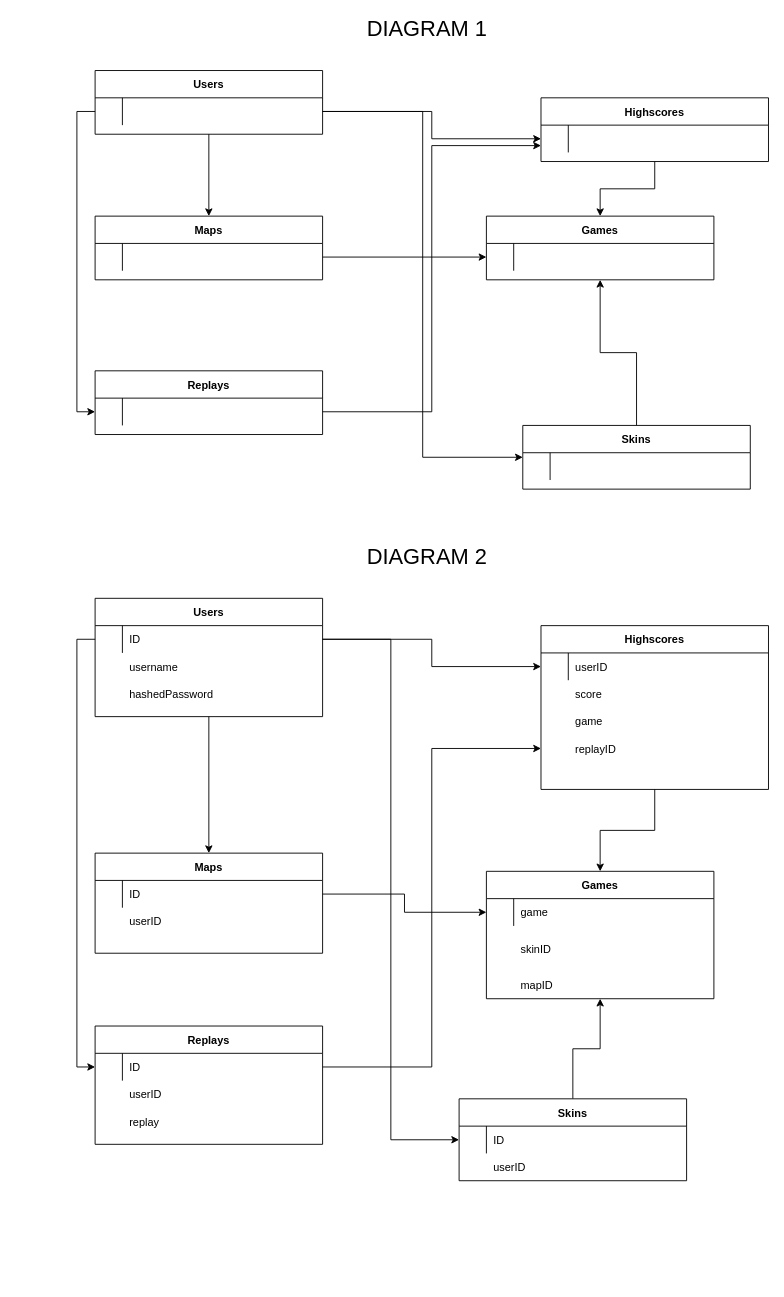
Phamishan/TxP keeps this draw.io diagram as Unavngivet diagram.drawio. Above is the earlier version. Source tidied: cells renumbered, new cells numbered last; positions are measured from the earlier drawing's top-left corner, leaving out a move shared by most shapes. Both pictures are drawn from the tidied source at 91%, with x=0, y=0 at pixel (95, 15).
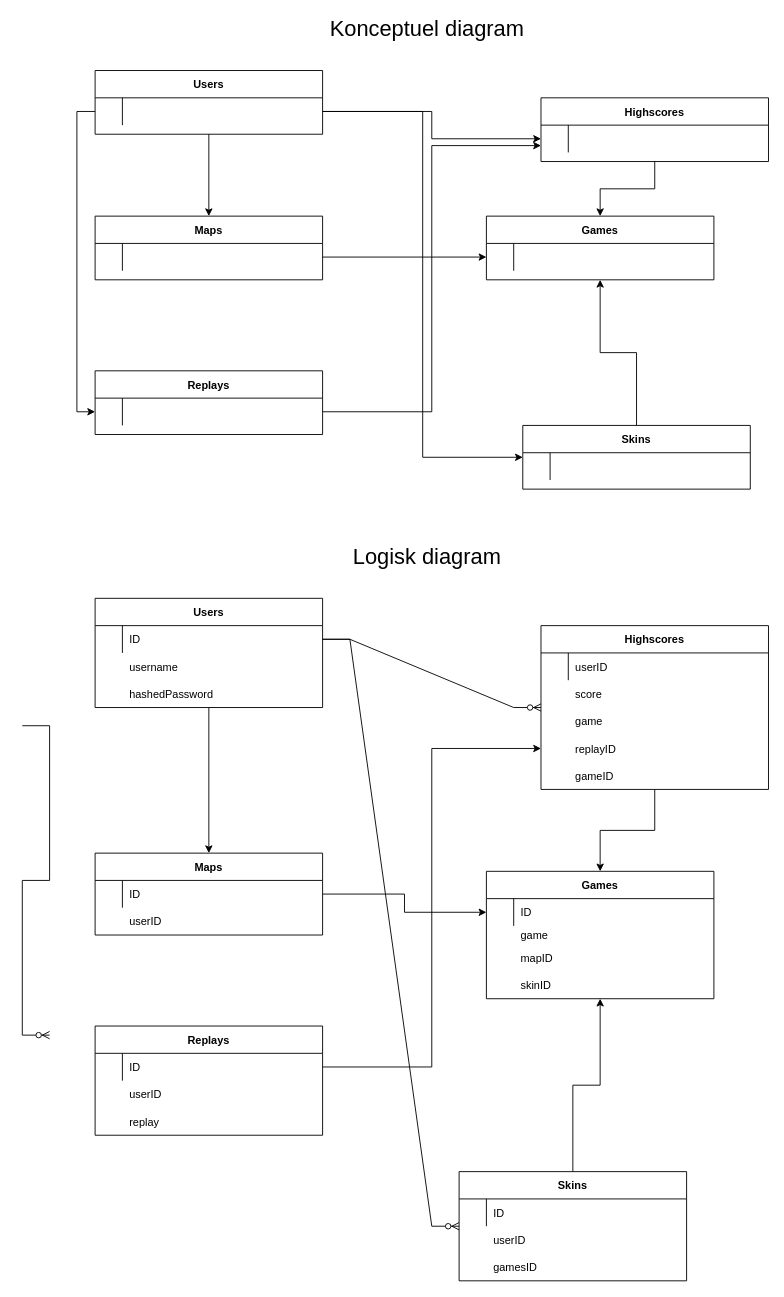
Above is the later version.

Unchanged cells that the change refers to:
```xml
<mxCell id="37" style="shape=partialRectangle;fillColor=none;points=[[0,0.5],[1,0.5]];portConstraint=eastwest;top=0;left=0;right=0;bottom=0;" parent="36" vertex="1">
  <mxGeometry y="30" width="250" height="30" as="geometry" />
</mxCell>
<mxCell id="41" value="Highscores" style="shape=table;startSize=30;childLayout=tableLayout;rowLines=0;fontStyle=1;align=center;" parent="1" vertex="1">
  <mxGeometry x="490" y="670" width="250" height="180" as="geometry" />
</mxCell>
<mxCell id="42" style="shape=partialRectangle;fillColor=none;points=[[0,0.5],[1,0.5]];portConstraint=eastwest;top=0;left=0;right=0;bottom=0;" parent="41" vertex="1">
  <mxGeometry y="30" width="250" height="30" as="geometry" />
</mxCell>
<mxCell id="50" style="shape=partialRectangle;fillColor=none;points=[[0,0.5],[1,0.5]];portConstraint=eastwest;top=0;left=0;right=0;bottom=0;" parent="49" vertex="1">
  <mxGeometry y="30" width="250" height="30" as="geometry" />
</mxCell>
<mxCell id="59" style="shape=partialRectangle;fillColor=none;points=[[0,0.5],[1,0.5]];portConstraint=eastwest;top=0;left=0;right=0;bottom=0;" parent="58" vertex="1">
  <mxGeometry y="30" width="250" height="30" as="geometry" />
</mxCell>
```

What changed in the source:
```diff
@@
-    <mxCell id="34" value="&lt;font style=&quot;font-size: 24px;&quot;&gt;DIAGRAM 1&lt;/font&gt;" style="text;strokeColor=none;align=center;fillColor=none;html=1;verticalAlign=middle;whiteSpace=wrap;rounded=0;" parent="1" vertex="1">
-      <mxGeometry x="280" width="170" height="30" as="geometry" />
+    <mxCell id="34" value="&lt;font style=&quot;font-size: 24px;&quot;&gt;Konceptuel diagram&lt;/font&gt;" style="text;strokeColor=none;align=center;fillColor=none;html=1;verticalAlign=middle;whiteSpace=wrap;rounded=0;" parent="1" vertex="1">
+      <mxGeometry x="245" width="240" height="30" as="geometry" />
     </mxCell>
@@
     <mxCell id="36" value="Users" style="shape=table;startSize=30;childLayout=tableLayout;rowLines=0;fontStyle=1;align=center;" parent="1" vertex="1">
-      <mxGeometry y="640" width="250" height="130" as="geometry" />
+      <mxGeometry y="640" width="250" height="120" as="geometry" />
     </mxCell>
@@
     <mxCell id="45" value="Maps" style="shape=table;startSize=30;childLayout=tableLayout;rowLines=0;fontStyle=1;align=center;" parent="1" vertex="1">
-      <mxGeometry y="920" width="250" height="110" as="geometry" />
+      <mxGeometry y="920" width="250" height="90" as="geometry" />
     </mxCell>
@@
-    <mxCell id="52" value="game" style="shape=partialRectangle;overflow=hidden;fillColor=none;top=0;left=0;bottom=0;right=0;align=left;spacingLeft=6;" parent="50" vertex="1">
+    <mxCell id="52" value="ID" style="shape=partialRectangle;overflow=hidden;fillColor=none;top=0;left=0;bottom=0;right=0;align=left;spacingLeft=6;" parent="50" vertex="1">
       <mxGeometry x="30" width="220" height="30" as="geometry" />
     </mxCell>
@@
     <mxCell id="54" value="Skins" style="shape=table;startSize=30;childLayout=tableLayout;rowLines=0;fontStyle=1;align=center;" parent="1" vertex="1">
-      <mxGeometry x="400" y="1190" width="250" height="90" as="geometry" />
+      <mxGeometry x="400" y="1270" width="250" height="120" as="geometry" />
     </mxCell>
@@
     <mxCell id="58" value="Replays" style="shape=table;startSize=30;childLayout=tableLayout;rowLines=0;fontStyle=1;align=center;" parent="1" vertex="1">
-      <mxGeometry y="1110" width="250" height="130" as="geometry" />
+      <mxGeometry y="1110" width="250" height="120" as="geometry" />
     </mxCell>
@@
-    <mxCell id="62" style="edgeStyle=orthogonalEdgeStyle;rounded=0;jettySize=auto;html=1;entryX=0;entryY=0.5;entryDx=0;entryDy=0;" parent="1" edge="1" source="37" target="42">
-      <mxGeometry relative="1" as="geometry" />
-    </mxCell>
-    <mxCell id="63" style="edgeStyle=orthogonalEdgeStyle;rounded=0;jettySize=auto;html=1;entryX=0;entryY=0.5;entryDx=0;entryDy=0;" parent="1" edge="1" source="37" target="54">
-      <mxGeometry relative="1" as="geometry" />
-    </mxCell>
-    <mxCell id="64" style="edgeStyle=orthogonalEdgeStyle;rounded=0;jettySize=auto;html=1;entryX=0;entryY=0.5;entryDx=0;entryDy=0;" parent="1" edge="1" source="37" target="59">
-      <mxGeometry relative="1" as="geometry" />
-    </mxCell>
@@
-    <mxCell id="67" value="&lt;font style=&quot;font-size: 24px;&quot;&gt;DIAGRAM 2&lt;/font&gt;" style="text;strokeColor=none;align=center;fillColor=none;html=1;verticalAlign=middle;whiteSpace=wrap;rounded=0;" parent="1" vertex="1">
+    <mxCell id="67" value="&lt;font style=&quot;font-size: 24px;&quot;&gt;Logisk diagram&lt;/font&gt;" style="text;strokeColor=none;align=center;fillColor=none;html=1;verticalAlign=middle;whiteSpace=wrap;rounded=0;" parent="1" vertex="1">
       <mxGeometry x="280" y="580" width="170" height="30" as="geometry" />
     </mxCell>
@@
-    <mxCell id="74" value="skinID" style="shape=partialRectangle;overflow=hidden;fillColor=none;top=0;left=0;bottom=0;right=0;align=left;spacingLeft=6;" parent="1" vertex="1">
-      <mxGeometry x="460" y="1010" width="220" height="30" as="geometry" />
+    <mxCell id="74" value="game" style="shape=partialRectangle;overflow=hidden;fillColor=none;top=0;left=0;bottom=0;right=0;align=left;spacingLeft=6;" parent="1" vertex="1">
+      <mxGeometry x="460" y="995" width="220" height="30" as="geometry" />
     </mxCell>
     <mxCell id="75" value="mapID" style="shape=partialRectangle;overflow=hidden;fillColor=none;top=0;left=0;bottom=0;right=0;align=left;spacingLeft=6;" parent="1" vertex="1">
-      <mxGeometry x="460" y="1050" width="220" height="30" as="geometry" />
+      <mxGeometry x="460" y="1020" width="220" height="30" as="geometry" />
     </mxCell>
     <mxCell id="76" value="userID" style="shape=partialRectangle;overflow=hidden;fillColor=none;top=0;left=0;bottom=0;right=0;align=left;spacingLeft=6;" parent="1" vertex="1">
-      <mxGeometry x="430" y="1250" width="220" height="30" as="geometry" />
+      <mxGeometry x="430" y="1330" width="220" height="30" as="geometry" />
     </mxCell>
@@
+    <mxCell id="81" value="gameID" style="shape=partialRectangle;overflow=hidden;fillColor=none;top=0;left=0;bottom=0;right=0;align=left;spacingLeft=6;" parent="1" vertex="1">
+      <mxGeometry x="520" y="820" width="220" height="30" as="geometry" />
+    </mxCell>
+    <mxCell id="82" value="skinID" style="shape=partialRectangle;overflow=hidden;fillColor=none;top=0;left=0;bottom=0;right=0;align=left;spacingLeft=6;" parent="1" vertex="1">
+      <mxGeometry x="460" y="1050" width="220" height="30" as="geometry" />
+    </mxCell>
+    <mxCell id="83" style="edgeStyle=entityRelationEdgeStyle;fontSize=12;html=1;endArrow=ERzeroToMany;endFill=1;rounded=0;exitX=1;exitY=0.5;exitDx=0;exitDy=0;entryX=0;entryY=0.5;entryDx=0;entryDy=0;" parent="1" edge="1" source="37" target="41">
+      <mxGeometry relative="1" as="geometry">
+        <Array as="points">
+          <mxPoint x="380" y="680" />
+          <mxPoint x="380" y="690" />
+        </Array>
+      </mxGeometry>
+    </mxCell>
+    <mxCell id="84" value="gamesID" style="shape=partialRectangle;overflow=hidden;fillColor=none;top=0;left=0;bottom=0;right=0;align=left;spacingLeft=6;" parent="1" vertex="1">
+      <mxGeometry x="430" y="1360" width="220" height="30" as="geometry" />
+    </mxCell>
+    <mxCell id="63" style="edgeStyle=entityRelationEdgeStyle;fontSize=12;html=1;endArrow=ERzeroToMany;endFill=1;rounded=0;exitX=1;exitY=0.5;exitDx=0;exitDy=0;entryX=0;entryY=0.5;entryDx=0;entryDy=0;" parent="1" edge="1" source="37" target="54">
+      <mxGeometry relative="1" as="geometry" />
+    </mxCell>
+    <mxCell id="85" style="edgeStyle=entityRelationEdgeStyle;fontSize=12;html=1;endArrow=ERzeroToMany;endFill=1;rounded=0;" parent="1" edge="1">
+      <mxGeometry relative="1" as="geometry">
+        <mxPoint x="-80" y="780" as="sourcePoint" />
+        <mxPoint x="-50" y="1120" as="targetPoint" />
+        <Array as="points">
+          <mxPoint x="-60" y="1040" />
+          <mxPoint x="-200" y="1020" />
+          <mxPoint x="-180" y="1010" />
+        </Array>
+      </mxGeometry>
+    </mxCell>
```
